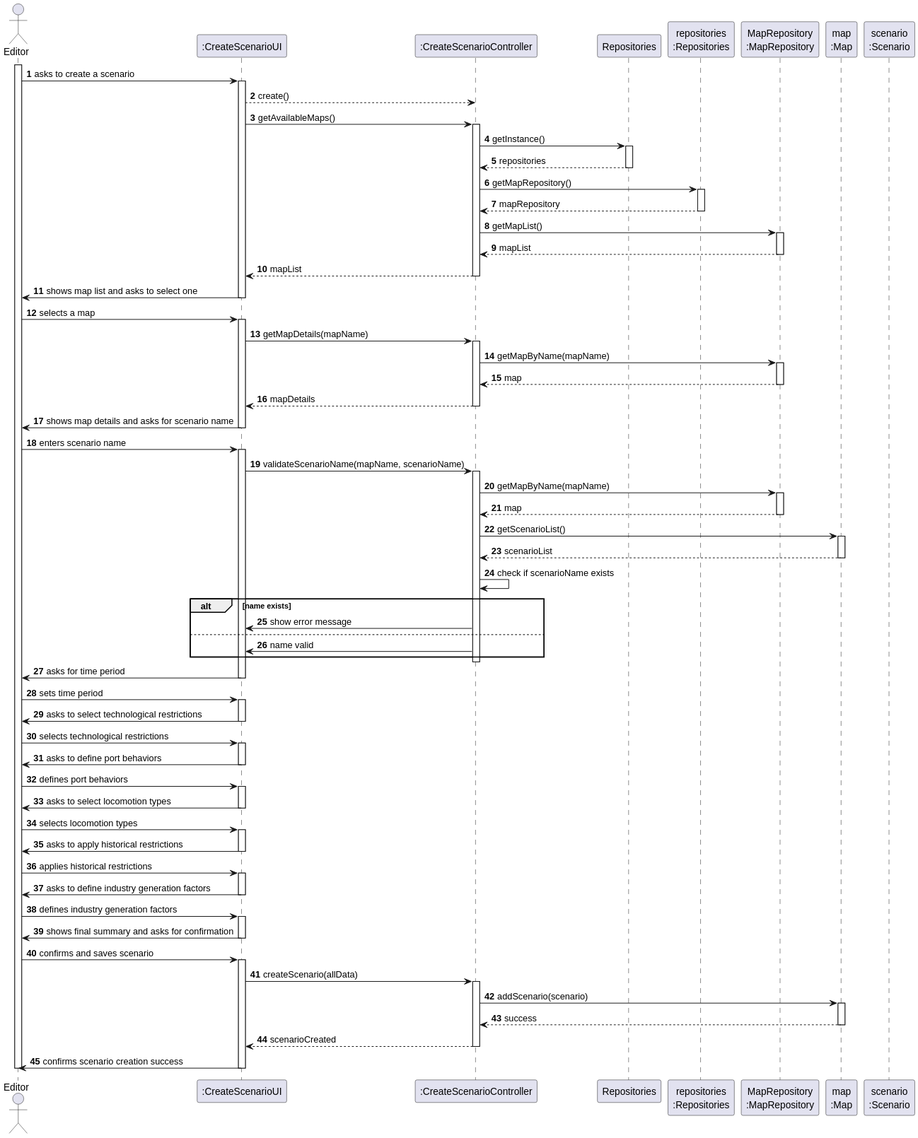
Earlier version of the PlantUML export docs/system-documentation/sprint 3/US04/03.design/svg/US004-SD-full.svg (Educ00/mdisc-2425). Its diagram source:
```plantuml
@startuml
skinparam packageStyle rectangle
skinparam shadowing false
autonumber

actor "Editor" as EDITOR
participant ":CreateScenarioUI" as UI
participant ":CreateScenarioController" as CTRL
participant "Repositories" as REPOS
participant "repositories\n:Repositories" as REPOS_SINGLETON
participant "MapRepository\n:MapRepository" as MAP_REPO
participant "map\n:Map" as MAP
participant "scenario\n:Scenario" as SCENARIO

activate EDITOR
    EDITOR -> UI : asks to create a scenario
    activate UI
        UI --> CTRL : create()

        UI -> CTRL : getAvailableMaps()
        activate CTRL
            CTRL -> REPOS : getInstance()
            activate REPOS
                REPOS --> CTRL : repositories
            deactivate REPOS

            CTRL -> REPOS_SINGLETON : getMapRepository()
            activate REPOS_SINGLETON
                REPOS_SINGLETON --> CTRL : mapRepository
            deactivate REPOS_SINGLETON

            CTRL -> MAP_REPO : getMapList()
            activate MAP_REPO
                MAP_REPO --> CTRL : mapList
            deactivate MAP_REPO

            CTRL --> UI : mapList
        deactivate CTRL
        UI -> EDITOR : shows map list and asks to select one
    deactivate UI

    EDITOR -> UI : selects a map
    activate UI
        UI -> CTRL : getMapDetails(mapName)
        activate CTRL
            CTRL -> MAP_REPO : getMapByName(mapName)
            activate MAP_REPO
                MAP_REPO --> CTRL : map
            deactivate MAP_REPO
            CTRL --> UI : mapDetails
        deactivate CTRL
        UI -> EDITOR : shows map details and asks for scenario name
    deactivate UI

    EDITOR -> UI : enters scenario name
    activate UI
        UI -> CTRL : validateScenarioName(mapName, scenarioName)
        activate CTRL
            CTRL -> MAP_REPO : getMapByName(mapName)
            activate MAP_REPO
                MAP_REPO --> CTRL : map
            deactivate MAP_REPO
            CTRL -> MAP : getScenarioList()
            activate MAP
                MAP --> CTRL : scenarioList
            deactivate MAP
            CTRL -> CTRL : check if scenarioName exists
            alt name exists
                CTRL -> UI : show error message

            else
                CTRL -> UI : name valid
            end
        deactivate CTRL

        UI -> EDITOR : asks for time period
    deactivate UI

    EDITOR -> UI : sets time period
    activate UI
        UI -> EDITOR : asks to select technological restrictions
    deactivate UI

    EDITOR -> UI : selects technological restrictions
    activate UI
        UI -> EDITOR : asks to define port behaviors
    deactivate UI

    EDITOR -> UI : defines port behaviors
    activate UI
        UI -> EDITOR : asks to select locomotion types
    deactivate UI

    EDITOR -> UI : selects locomotion types
    activate UI
        UI -> EDITOR : asks to apply historical restrictions
    deactivate UI

    EDITOR -> UI : applies historical restrictions
    activate UI
        UI -> EDITOR : asks to define industry generation factors
    deactivate UI

    EDITOR -> UI : defines industry generation factors
    activate UI
        UI -> EDITOR : shows final summary and asks for confirmation
    deactivate UI

    EDITOR -> UI : confirms and saves scenario
    activate UI
        UI -> CTRL : createScenario(allData)
        activate CTRL
            CTRL -> MAP : addScenario(scenario)
            activate MAP
                MAP --> CTRL : success
            deactivate MAP
            CTRL --> UI : scenarioCreated
        deactivate CTRL
        UI -> EDITOR : confirms scenario creation success
    deactivate UI

deactivate EDITOR
@enduml
```
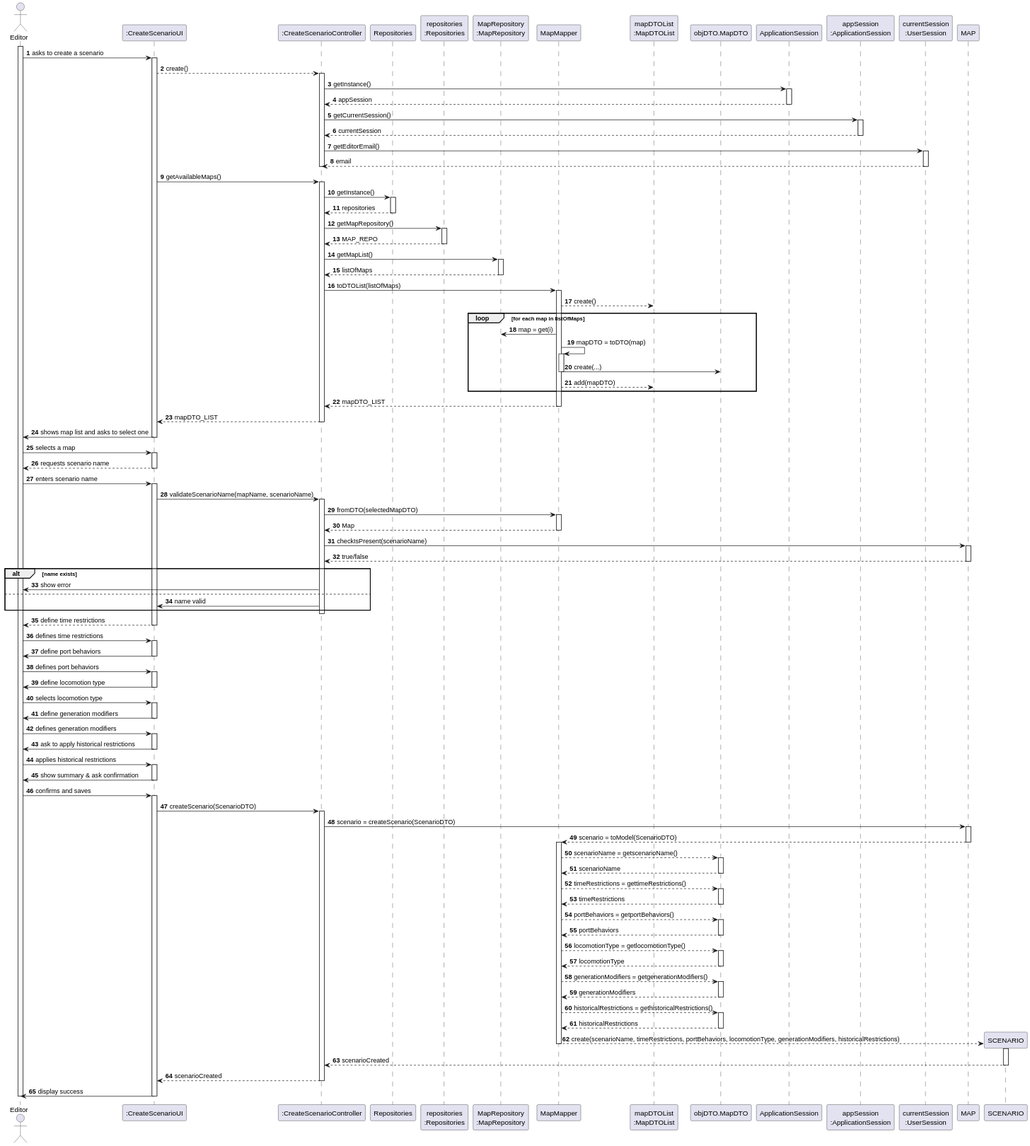
Later version of the same file.

Change to the diagram source:
```diff
@@ -9,115 +9,181 @@
 participant "Repositories" as REPOS
 participant "repositories\n:Repositories" as REPOS_SINGLETON
 participant "MapRepository\n:MapRepository" as MAP_REPO
-participant "map\n:Map" as MAP
-participant "scenario\n:Scenario" as SCENARIO
+participant "MapMapper" as MAP_MAPPER
+participant "mapDTOList\n:MapDTOList" as DTO_LIST
+participant "objDTO.MapDTO" as DTO
+participant "ApplicationSession" as APP_SESSION
+participant "appSession\n:ApplicationSession" as APP_SESSION_SINGLETON
+participant "currentSession\n:UserSession" as CURRENT_SESSION
+
 
 activate EDITOR
-    EDITOR -> UI : asks to create a scenario
-    activate UI
-        UI --> CTRL : create()
+EDITOR -> UI : asks to create a scenario
+activate UI
+UI --> CTRL : create()
 
-        UI -> CTRL : getAvailableMaps()
-        activate CTRL
-            CTRL -> REPOS : getInstance()
-            activate REPOS
-                REPOS --> CTRL : repositories
-            deactivate REPOS
+activate CTRL
+CTRL -> APP_SESSION: getInstance()
+activate APP_SESSION
+APP_SESSION --> CTRL: appSession
+deactivate APP_SESSION
 
-            CTRL -> REPOS_SINGLETON : getMapRepository()
-            activate REPOS_SINGLETON
-                REPOS_SINGLETON --> CTRL : mapRepository
-            deactivate REPOS_SINGLETON
+CTRL -> APP_SESSION_SINGLETON: getCurrentSession()
+activate APP_SESSION_SINGLETON
+APP_SESSION_SINGLETON --> CTRL: currentSession
+deactivate APP_SESSION_SINGLETON
 
-            CTRL -> MAP_REPO : getMapList()
-            activate MAP_REPO
-                MAP_REPO --> CTRL : mapList
-            deactivate MAP_REPO
+CTRL -> CURRENT_SESSION: getEditorEmail()
+activate CURRENT_SESSION
+CURRENT_SESSION --> CTRL: email
+deactivate CURRENT_SESSION
+deactivate CTRL
 
-            CTRL --> UI : mapList
-        deactivate CTRL
-        UI -> EDITOR : shows map list and asks to select one
-    deactivate UI
+UI -> CTRL : getAvailableMaps()
+activate CTRL
+CTRL -> REPOS : getInstance()
+activate REPOS
+REPOS --> CTRL : repositories
+deactivate REPOS
 
-    EDITOR -> UI : selects a map
-    activate UI
-        UI -> CTRL : getMapDetails(mapName)
-        activate CTRL
-            CTRL -> MAP_REPO : getMapByName(mapName)
-            activate MAP_REPO
-                MAP_REPO --> CTRL : map
-            deactivate MAP_REPO
-            CTRL --> UI : mapDetails
-        deactivate CTRL
-        UI -> EDITOR : shows map details and asks for scenario name
-    deactivate UI
+CTRL -> REPOS_SINGLETON : getMapRepository()
+activate REPOS_SINGLETON
+REPOS_SINGLETON --> CTRL : MAP_REPO
+deactivate REPOS_SINGLETON
 
-    EDITOR -> UI : enters scenario name
-    activate UI
-        UI -> CTRL : validateScenarioName(mapName, scenarioName)
-        activate CTRL
-            CTRL -> MAP_REPO : getMapByName(mapName)
-            activate MAP_REPO
-                MAP_REPO --> CTRL : map
-            deactivate MAP_REPO
-            CTRL -> MAP : getScenarioList()
-            activate MAP
-                MAP --> CTRL : scenarioList
-            deactivate MAP
-            CTRL -> CTRL : check if scenarioName exists
-            alt name exists
-                CTRL -> UI : show error message
+CTRL -> MAP_REPO : getMapList()
+activate MAP_REPO
+MAP_REPO --> CTRL : listOfMaps
+deactivate MAP_REPO
 
-            else
-                CTRL -> UI : name valid
-            end
-        deactivate CTRL
+CTRL -> MAP_MAPPER : toDTOList(listOfMaps)
+activate MAP_MAPPER
+MAP_MAPPER --> DTO_LIST : create()
 
-        UI -> EDITOR : asks for time period
-    deactivate UI
+loop for each map in listOfMaps
+    MAP_MAPPER -> MAP_REPO : map = get(i)
+    MAP_MAPPER -> MAP_MAPPER : mapDTO = toDTO(map)
+    activate MAP_MAPPER
+    MAP_MAPPER -> DTO : create(...)
+    deactivate MAP_MAPPER
+    MAP_MAPPER --> DTO_LIST : add(mapDTO)
+end loop
 
-    EDITOR -> UI : sets time period
-    activate UI
-        UI -> EDITOR : asks to select technological restrictions
-    deactivate UI
+MAP_MAPPER --> CTRL : mapDTO_LIST
+deactivate MAP_MAPPER
 
-    EDITOR -> UI : selects technological restrictions
-    activate UI
-        UI -> EDITOR : asks to define port behaviors
-    deactivate UI
+CTRL --> UI : mapDTO_LIST
+deactivate CTRL
+UI -> EDITOR : shows map list and asks to select one
+deactivate UI
 
-    EDITOR -> UI : defines port behaviors
-    activate UI
-        UI -> EDITOR : asks to select locomotion types
-    deactivate UI
+EDITOR -> UI : selects a map
+activate UI
+UI --> EDITOR : requests scenario name
+deactivate UI
 
-    EDITOR -> UI : selects locomotion types
-    activate UI
-        UI -> EDITOR : asks to apply historical restrictions
-    deactivate UI
+EDITOR -> UI : enters scenario name
+activate UI
+UI -> CTRL : validateScenarioName(mapName, scenarioName)
+activate CTRL
 
-    EDITOR -> UI : applies historical restrictions
-    activate UI
-        UI -> EDITOR : asks to define industry generation factors
-    deactivate UI
+CTRL -> MAP_MAPPER : fromDTO(selectedMapDTO)
+activate MAP_MAPPER
+MAP_MAPPER --> CTRL : Map
+deactivate MAP_MAPPER
 
-    EDITOR -> UI : defines industry generation factors
-    activate UI
-        UI -> EDITOR : shows final summary and asks for confirmation
-    deactivate UI
+CTRL -> MAP : checkIsPresent(scenarioName)
+activate MAP
+MAP --> CTRL : true/false
+deactivate MAP
 
-    EDITOR -> UI : confirms and saves scenario
-    activate UI
-        UI -> CTRL : createScenario(allData)
-        activate CTRL
-            CTRL -> MAP : addScenario(scenario)
-            activate MAP
-                MAP --> CTRL : success
-            deactivate MAP
-            CTRL --> UI : scenarioCreated
-        deactivate CTRL
-        UI -> EDITOR : confirms scenario creation success
-    deactivate UI
+alt name exists
+    CTRL -> EDITOR : show error
+else
+    CTRL -> UI : name valid
+end
+deactivate CTRL
 
+UI --> EDITOR: define time restrictions
+deactivate UI
+
+EDITOR -> UI: defines time restrictions
+activate UI
+UI -> EDITOR : define port behaviors
+deactivate UI
+
+EDITOR -> UI : defines port behaviors
+activate UI
+UI -> EDITOR : define locomotion type
+deactivate UI
+
+EDITOR -> UI : selects locomotion type
+activate UI
+UI -> EDITOR : define generation modifiers
+deactivate UI
+
+EDITOR -> UI : defines generation modifiers
+activate UI
+UI -> EDITOR : ask to apply historical restrictions
+deactivate UI
+
+EDITOR -> UI : applies historical restrictions
+activate UI
+UI -> EDITOR : show summary & ask confirmation
+deactivate UI
+
+EDITOR -> UI : confirms and saves
+activate UI
+UI -> CTRL : createScenario(ScenarioDTO)
+activate CTRL
+
+CTRL -> MAP : scenario = createScenario(ScenarioDTO)
+activate MAP
+MAP --> MAP_MAPPER : scenario = toModel(ScenarioDTO)
+deactivate MAP
+activate MAP_MAPPER
+
+MAP_MAPPER --> DTO : scenarioName = getscenarioName()
+activate DTO
+DTO --> MAP_MAPPER : scenarioName
+deactivate DTO
+
+MAP_MAPPER --> DTO : timeRestrictions = gettimeRestrictions()
+activate DTO
+DTO --> MAP_MAPPER : timeRestrictions
+deactivate DTO
+
+MAP_MAPPER --> DTO : portBehaviors = getportBehaviors()
+activate DTO
+DTO --> MAP_MAPPER : portBehaviors
+deactivate DTO
+
+MAP_MAPPER --> DTO : locomotionType = getlocomotionType()
+activate DTO
+DTO --> MAP_MAPPER : locomotionType
+deactivate DTO
+
+MAP_MAPPER --> DTO : generationModifiers = getgenerationModifiers()
+activate DTO
+DTO --> MAP_MAPPER : generationModifiers
+deactivate DTO
+
+MAP_MAPPER --> DTO : historicalRestrictions = gethistoricalRestrictions()
+activate DTO
+DTO --> MAP_MAPPER : historicalRestrictions
+deactivate DTO
+
+MAP_MAPPER --> SCENARIO ** : create(scenarioName, timeRestrictions, portBehaviors, locomotionType, generationModifiers, historicalRestrictions)
+deactivate MAP_MAPPER
+activate SCENARIO
+
+SCENARIO --> CTRL : scenarioCreated
+deactivate
+
+CTRL --> UI : scenarioCreated
+deactivate CTRL
+
+UI -> EDITOR : display success
+deactivate UI
 deactivate EDITOR
 @enduml
```
